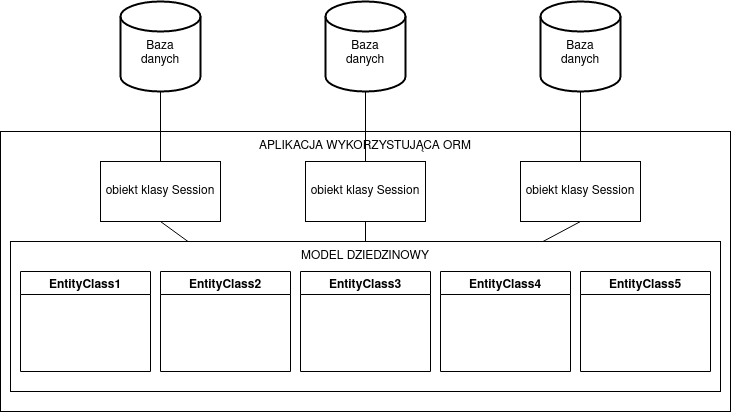
The draw.io diagram diagrams/architektura_logiczna.drawio.png in ajablonsk1/orm-design-patterns, before a commit. Source tidied: cells renumbered, new cells last; positions are measured from the earlier drawing's top-left corner, leaving out a move shared by most shapes.
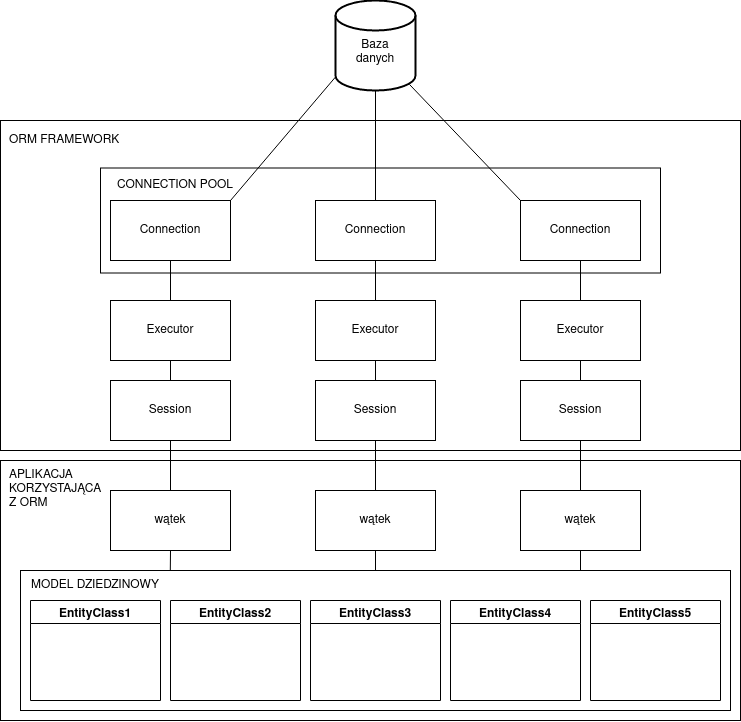
The same file after the commit.

Commit message:
architektura logiczna - update

Change to the diagram source:
```diff
@@ -2,68 +2,132 @@
   <root>
     <mxCell id="0" />
     <mxCell id="1" parent="0" />
+    <mxCell id="23" style="rounded=0;whiteSpace=wrap;html=1;" parent="1" vertex="1">
+      <mxGeometry x="-10" y="-70" width="740" height="330" as="geometry" />
+    </mxCell>
+    <mxCell id="24" style="rounded=0;whiteSpace=wrap;html=1;" parent="1" vertex="1">
+      <mxGeometry x="90" y="-22.5" width="560" height="105" as="geometry" />
+    </mxCell>
     <mxCell id="2" style="rounded=0;whiteSpace=wrap;html=1;" parent="1" vertex="1">
-      <mxGeometry y="130" width="730" height="280" as="geometry" />
+      <mxGeometry x="-10" y="270" width="740" height="260" as="geometry" />
     </mxCell>
     <mxCell id="3" style="rounded=0;whiteSpace=wrap;html=1;" parent="1" vertex="1">
-      <mxGeometry x="10" y="240" width="710" height="150" as="geometry" />
+      <mxGeometry x="10" y="380" width="710" height="140" as="geometry" />
     </mxCell>
     <mxCell id="4" value="EntityClass1" style="swimlane;startSize=23;" parent="1" vertex="1">
-      <mxGeometry x="20" y="270" width="130" height="100" as="geometry" />
+      <mxGeometry x="20" y="410" width="130" height="100" as="geometry" />
     </mxCell>
     <mxCell id="5" value="EntityClass2" style="swimlane;" parent="1" vertex="1">
-      <mxGeometry x="160" y="270" width="130" height="100" as="geometry" />
+      <mxGeometry x="160" y="410" width="130" height="100" as="geometry" />
     </mxCell>
     <mxCell id="6" value="EntityClass3" style="swimlane;" parent="1" vertex="1">
-      <mxGeometry x="300" y="270" width="130" height="100" as="geometry" />
+      <mxGeometry x="300" y="410" width="130" height="100" as="geometry" />
     </mxCell>
     <mxCell id="7" value="EntityClass4" style="swimlane;" parent="1" vertex="1">
-      <mxGeometry x="440" y="270" width="130" height="100" as="geometry" />
+      <mxGeometry x="440" y="410" width="130" height="100" as="geometry" />
     </mxCell>
     <mxCell id="8" value="EntityClass5" style="swimlane;startSize=23;" parent="1" vertex="1">
-      <mxGeometry x="580" y="270" width="130" height="100" as="geometry" />
+      <mxGeometry x="580" y="410" width="130" height="100" as="geometry" />
     </mxCell>
+    <mxCell id="25" style="edgeStyle=none;rounded=0;jettySize=auto;html=1;exitX=0.5;exitY=0;exitDx=0;exitDy=0;entryX=0.5;entryY=1;entryDx=0;entryDy=0;endArrow=none;endFill=0;" parent="1" edge="1" source="9" target="46">
+      <mxGeometry relative="1" as="geometry" />
+    </mxCell>
-    <mxCell id="9" value="obiekt klasy Session" style="rounded=0;whiteSpace=wrap;html=1;" parent="1" vertex="1">
-      <mxGeometry x="100" y="160" width="120" height="60" as="geometry" />
+    <mxCell id="9" value="Session" style="rounded=0;whiteSpace=wrap;html=1;" parent="1" vertex="1">
+      <mxGeometry x="100" y="190" width="120" height="60" as="geometry" />
     </mxCell>
+    <mxCell id="26" style="edgeStyle=none;rounded=0;jettySize=auto;html=1;exitX=0.5;exitY=0;exitDx=0;exitDy=0;entryX=0.5;entryY=1;entryDx=0;entryDy=0;endArrow=none;endFill=0;" parent="1" edge="1" source="10" target="48">
+      <mxGeometry relative="1" as="geometry" />
+    </mxCell>
-    <mxCell id="10" value="obiekt klasy Session" style="rounded=0;whiteSpace=wrap;html=1;" parent="1" vertex="1">
-      <mxGeometry x="305" y="160" width="120" height="60" as="geometry" />
+    <mxCell id="10" value="Session" style="rounded=0;whiteSpace=wrap;html=1;" parent="1" vertex="1">
+      <mxGeometry x="305" y="190" width="120" height="60" as="geometry" />
     </mxCell>
+    <mxCell id="27" style="edgeStyle=none;rounded=0;jettySize=auto;html=1;exitX=0.5;exitY=0;exitDx=0;exitDy=0;entryX=0.5;entryY=1;entryDx=0;entryDy=0;endArrow=none;endFill=0;" parent="1" edge="1" source="11" target="50">
+      <mxGeometry relative="1" as="geometry" />
+    </mxCell>
-    <mxCell id="11" value="obiekt klasy Session" style="rounded=0;whiteSpace=wrap;html=1;" parent="1" vertex="1">
-      <mxGeometry x="520" y="160" width="120" height="60" as="geometry" />
+    <mxCell id="11" value="Session" style="rounded=0;whiteSpace=wrap;html=1;direction=east;" parent="1" vertex="1">
+      <mxGeometry x="510" y="190" width="120" height="60" as="geometry" />
     </mxCell>
-    <mxCell id="12" value="&lt;div&gt;&lt;br&gt;&lt;/div&gt;&lt;div&gt;Baza&lt;/div&gt;danych" style="strokeWidth=2;html=1;shape=mxgraph.flowchart.database;whiteSpace=wrap;" parent="1" vertex="1">
-      <mxGeometry x="120" width="80" height="90" as="geometry" />
-    </mxCell>
+    <mxCell id="28" style="edgeStyle=orthogonalEdgeStyle;rounded=0;jettySize=auto;html=1;endArrow=none;endFill=0;" parent="1" edge="1" target="34">
+      <mxGeometry relative="1" as="geometry">
+        <mxPoint x="365" y="380" as="sourcePoint" />
+      </mxGeometry>
+    </mxCell>
     <mxCell id="13" value="MODEL DZIEDZINOWY" style="text;html=1;strokeColor=none;fillColor=none;align=center;verticalAlign=middle;whiteSpace=wrap;rounded=0;" parent="1" vertex="1">
-      <mxGeometry x="290" y="240" width="150" height="30" as="geometry" />
+      <mxGeometry x="10" y="380" width="150" height="30" as="geometry" />
     </mxCell>
-    <mxCell id="14" style="endArrow=none;html=1;rounded=0;entryX=0.5;entryY=0;entryDx=0;entryDy=0;exitX=0.5;exitY=1;exitDx=0;exitDy=0;" parent="1" edge="1" source="10" target="13">
-      <mxGeometry relative="1" as="geometry" />
-    </mxCell>
-    <mxCell id="15" style="endArrow=none;html=1;rounded=0;entryX=0.25;entryY=0;entryDx=0;entryDy=0;exitX=0.5;exitY=1;exitDx=0;exitDy=0;" parent="1" edge="1" source="9" target="3">
-      <mxGeometry relative="1" as="geometry" />
-    </mxCell>
-    <mxCell id="16" style="endArrow=none;html=1;rounded=0;entryX=0.75;entryY=0;entryDx=0;entryDy=0;exitX=0.5;exitY=1;exitDx=0;exitDy=0;" parent="1" edge="1" source="11" target="3">
-      <mxGeometry relative="1" as="geometry" />
-    </mxCell>
-    <mxCell id="17" style="endArrow=none;html=1;rounded=0;entryX=0.5;entryY=1;entryDx=0;entryDy=0;entryPerimeter=0;" parent="1" edge="1" source="9" target="12">
-      <mxGeometry relative="1" as="geometry" />
-    </mxCell>
-    <mxCell id="18" style="endArrow=none;html=1;rounded=0;entryX=0.5;entryY=1;entryDx=0;entryDy=0;entryPerimeter=0;exitX=0.5;exitY=0;exitDx=0;exitDy=0;" parent="1" edge="1" source="10" target="20">
-      <mxGeometry relative="1" as="geometry" />
-    </mxCell>
-    <mxCell id="19" style="endArrow=none;html=1;rounded=0;entryX=0.5;entryY=1;entryDx=0;entryDy=0;entryPerimeter=0;exitX=0.5;exitY=0;exitDx=0;exitDy=0;" parent="1" edge="1" source="11" target="21">
-      <mxGeometry relative="1" as="geometry" />
-    </mxCell>
+    <mxCell id="29" style="edgeStyle=none;rounded=0;jettySize=auto;html=1;exitX=0;exitY=0.85;exitDx=0;exitDy=0;exitPerimeter=0;entryX=1;entryY=0;entryDx=0;entryDy=0;endArrow=none;endFill=0;" parent="1" edge="1" source="20" target="38">
+      <mxGeometry relative="1" as="geometry" />
+    </mxCell>
     <mxCell id="20" value="&lt;div&gt;&lt;br&gt;&lt;/div&gt;&lt;div&gt;Baza&lt;/div&gt;danych" style="strokeWidth=2;html=1;shape=mxgraph.flowchart.database;whiteSpace=wrap;" parent="1" vertex="1">
-      <mxGeometry x="325" width="80" height="90" as="geometry" />
+      <mxGeometry x="325" y="-190" width="80" height="90" as="geometry" />
     </mxCell>
-    <mxCell id="21" value="&lt;div&gt;&lt;br&gt;&lt;/div&gt;&lt;div&gt;Baza&lt;/div&gt;danych" style="strokeWidth=2;html=1;shape=mxgraph.flowchart.database;whiteSpace=wrap;" parent="1" vertex="1">
-      <mxGeometry x="540" width="80" height="90" as="geometry" />
-    </mxCell>
-    <mxCell id="22" value="APLIKACJA WYKORZYSTUJĄCA ORM" style="text;html=1;strokeColor=none;fillColor=none;align=center;verticalAlign=middle;whiteSpace=wrap;rounded=0;" parent="1" vertex="1">
-      <mxGeometry x="210" y="130" width="310" height="30" as="geometry" />
+    <mxCell id="22" value="APLIKACJA KORZYSTAJĄCA&lt;br&gt;Z ORM" style="text;html=1;strokeColor=none;fillColor=none;align=left;verticalAlign=middle;whiteSpace=wrap;rounded=0;" parent="1" vertex="1">
+      <mxGeometry x="-3" y="284" width="140" height="30" as="geometry" />
     </mxCell>
+    <mxCell id="30" style="edgeStyle=orthogonalEdgeStyle;rounded=0;jettySize=auto;html=1;exitX=0.5;exitY=0;exitDx=0;exitDy=0;entryX=0.5;entryY=1;entryDx=0;entryDy=0;endArrow=none;endFill=0;" parent="1" edge="1" source="32" target="9">
+      <mxGeometry relative="1" as="geometry" />
+    </mxCell>
+    <mxCell id="31" style="edgeStyle=orthogonalEdgeStyle;rounded=0;jettySize=auto;html=1;exitX=0.5;exitY=1;exitDx=0;exitDy=0;entryX=0.211;entryY=0;entryDx=0;entryDy=0;entryPerimeter=0;endArrow=none;endFill=0;" parent="1" edge="1" source="32" target="3">
+      <mxGeometry relative="1" as="geometry" />
+    </mxCell>
+    <mxCell id="32" value="wątek" style="rounded=0;whiteSpace=wrap;html=1;" parent="1" vertex="1">
+      <mxGeometry x="100" y="300" width="120" height="60" as="geometry" />
+    </mxCell>
+    <mxCell id="33" style="edgeStyle=orthogonalEdgeStyle;rounded=0;jettySize=auto;html=1;exitX=0.5;exitY=0;exitDx=0;exitDy=0;endArrow=none;endFill=0;" parent="1" edge="1" source="34" target="10">
+      <mxGeometry relative="1" as="geometry" />
+    </mxCell>
+    <mxCell id="34" value="wątek" style="rounded=0;whiteSpace=wrap;html=1;" parent="1" vertex="1">
+      <mxGeometry x="305" y="300" width="120" height="60" as="geometry" />
+    </mxCell>
+    <mxCell id="35" style="edgeStyle=orthogonalEdgeStyle;rounded=0;jettySize=auto;html=1;exitX=0.5;exitY=0;exitDx=0;exitDy=0;entryX=0.5;entryY=1;entryDx=0;entryDy=0;endArrow=none;endFill=0;" parent="1" edge="1" source="37" target="11">
+      <mxGeometry relative="1" as="geometry" />
+    </mxCell>
+    <mxCell id="36" style="edgeStyle=orthogonalEdgeStyle;rounded=0;jettySize=auto;html=1;exitX=0.5;exitY=1;exitDx=0;exitDy=0;endArrow=none;endFill=0;" parent="1" edge="1" source="37">
+      <mxGeometry relative="1" as="geometry">
+        <mxPoint x="570" y="380" as="targetPoint" />
+      </mxGeometry>
+    </mxCell>
+    <mxCell id="37" value="wątek" style="rounded=0;whiteSpace=wrap;html=1;" parent="1" vertex="1">
+      <mxGeometry x="510" y="300" width="120" height="60" as="geometry" />
+    </mxCell>
+    <mxCell id="38" value="Connection" style="rounded=0;whiteSpace=wrap;html=1;" parent="1" vertex="1">
+      <mxGeometry x="100" y="10" width="120" height="60" as="geometry" />
+    </mxCell>
+    <mxCell id="39" style="edgeStyle=none;rounded=0;jettySize=auto;html=1;exitX=0.5;exitY=0;exitDx=0;exitDy=0;entryX=0.5;entryY=1;entryDx=0;entryDy=0;entryPerimeter=0;endArrow=none;endFill=0;" parent="1" edge="1" source="40" target="20">
+      <mxGeometry relative="1" as="geometry" />
+    </mxCell>
+    <mxCell id="40" value="Connection" style="rounded=0;whiteSpace=wrap;html=1;" parent="1" vertex="1">
+      <mxGeometry x="305" y="10" width="120" height="60" as="geometry" />
+    </mxCell>
+    <mxCell id="41" style="edgeStyle=none;rounded=0;jettySize=auto;html=1;exitX=0;exitY=0;exitDx=0;exitDy=0;endArrow=none;endFill=0;entryX=0.925;entryY=0.933;entryDx=0;entryDy=0;entryPerimeter=0;" parent="1" edge="1" source="42" target="20">
+      <mxGeometry relative="1" as="geometry" />
+    </mxCell>
+    <mxCell id="42" value="Connection" style="rounded=0;whiteSpace=wrap;html=1;" parent="1" vertex="1">
+      <mxGeometry x="510" y="10" width="120" height="60" as="geometry" />
+    </mxCell>
+    <mxCell id="43" value="ORM FRAMEWORK" style="text;html=1;strokeColor=none;fillColor=none;align=left;verticalAlign=middle;whiteSpace=wrap;rounded=0;" parent="1" vertex="1">
+      <mxGeometry x="-3" y="-65" width="140" height="30" as="geometry" />
+    </mxCell>
+    <mxCell id="44" value="CONNECTION POOL" style="text;html=1;strokeColor=none;fillColor=none;align=center;verticalAlign=middle;whiteSpace=wrap;rounded=0;" parent="1" vertex="1">
+      <mxGeometry x="100" y="-20" width="130" height="30" as="geometry" />
+    </mxCell>
+    <mxCell id="45" style="edgeStyle=none;rounded=0;jettySize=auto;html=1;exitX=0.5;exitY=0;exitDx=0;exitDy=0;entryX=0.5;entryY=1;entryDx=0;entryDy=0;endArrow=none;endFill=0;" parent="1" edge="1" source="46" target="38">
+      <mxGeometry relative="1" as="geometry" />
+    </mxCell>
+    <mxCell id="46" value="Executor" style="rounded=0;whiteSpace=wrap;html=1;" parent="1" vertex="1">
+      <mxGeometry x="100" y="110" width="120" height="60" as="geometry" />
+    </mxCell>
+    <mxCell id="47" style="edgeStyle=none;rounded=0;jettySize=auto;html=1;exitX=0.5;exitY=0;exitDx=0;exitDy=0;endArrow=none;endFill=0;" parent="1" edge="1" source="48" target="40">
+      <mxGeometry relative="1" as="geometry" />
+    </mxCell>
+    <mxCell id="48" value="Executor" style="rounded=0;whiteSpace=wrap;html=1;" parent="1" vertex="1">
+      <mxGeometry x="305" y="110" width="120" height="60" as="geometry" />
+    </mxCell>
+    <mxCell id="49" style="edgeStyle=none;rounded=0;jettySize=auto;html=1;exitX=0.5;exitY=0;exitDx=0;exitDy=0;endArrow=none;endFill=0;" parent="1" edge="1" source="50" target="42">
+      <mxGeometry relative="1" as="geometry" />
+    </mxCell>
+    <mxCell id="50" value="Executor" style="rounded=0;whiteSpace=wrap;html=1;" parent="1" vertex="1">
+      <mxGeometry x="510" y="110" width="120" height="60" as="geometry" />
+    </mxCell>
   </root>
 </mxGraphModel>
```
